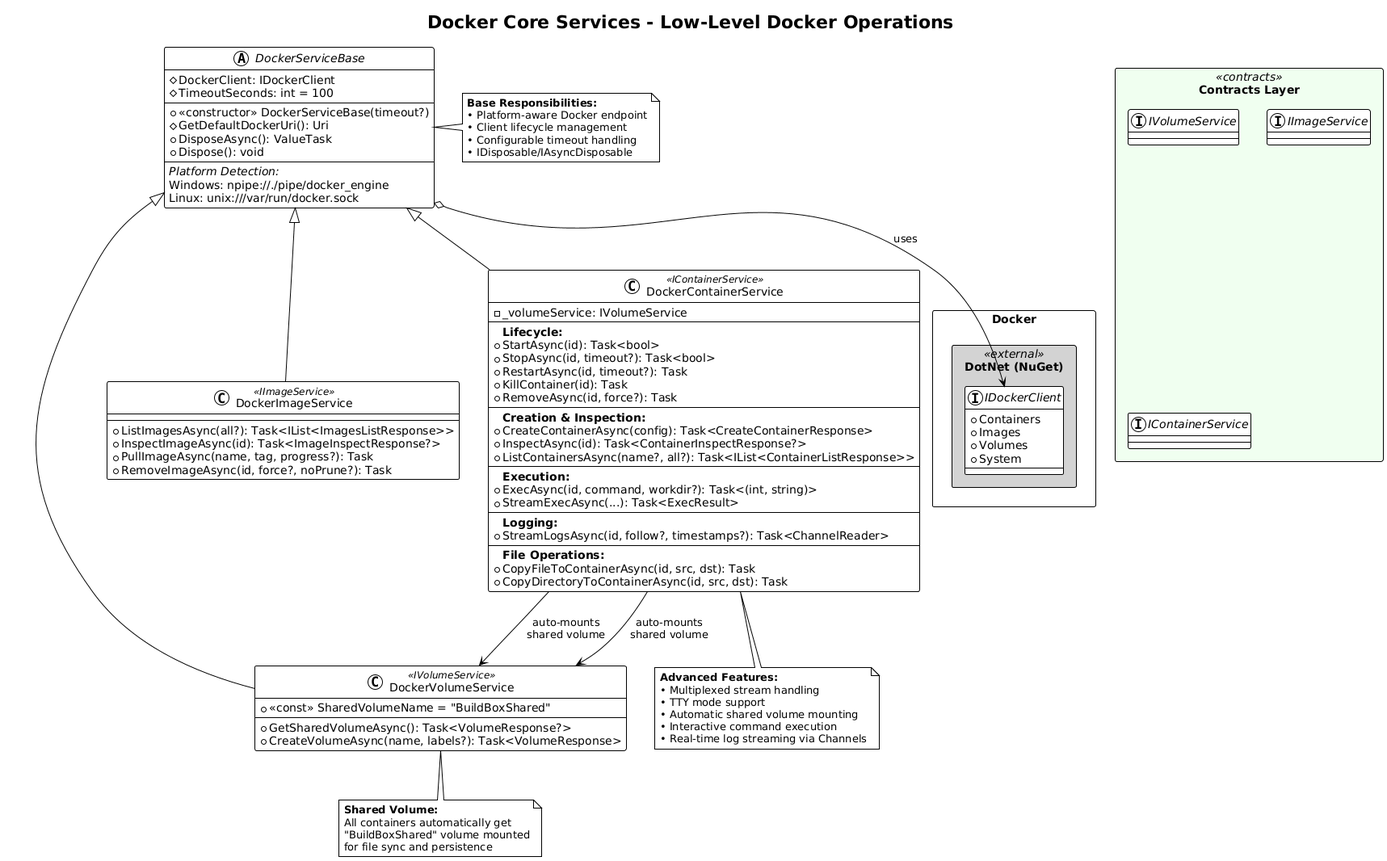
The PlantUML diagram docs/plantumlimages/Docker Core Services.png in ReflexLevel0/DockerBuildboxSystem, before a commit.
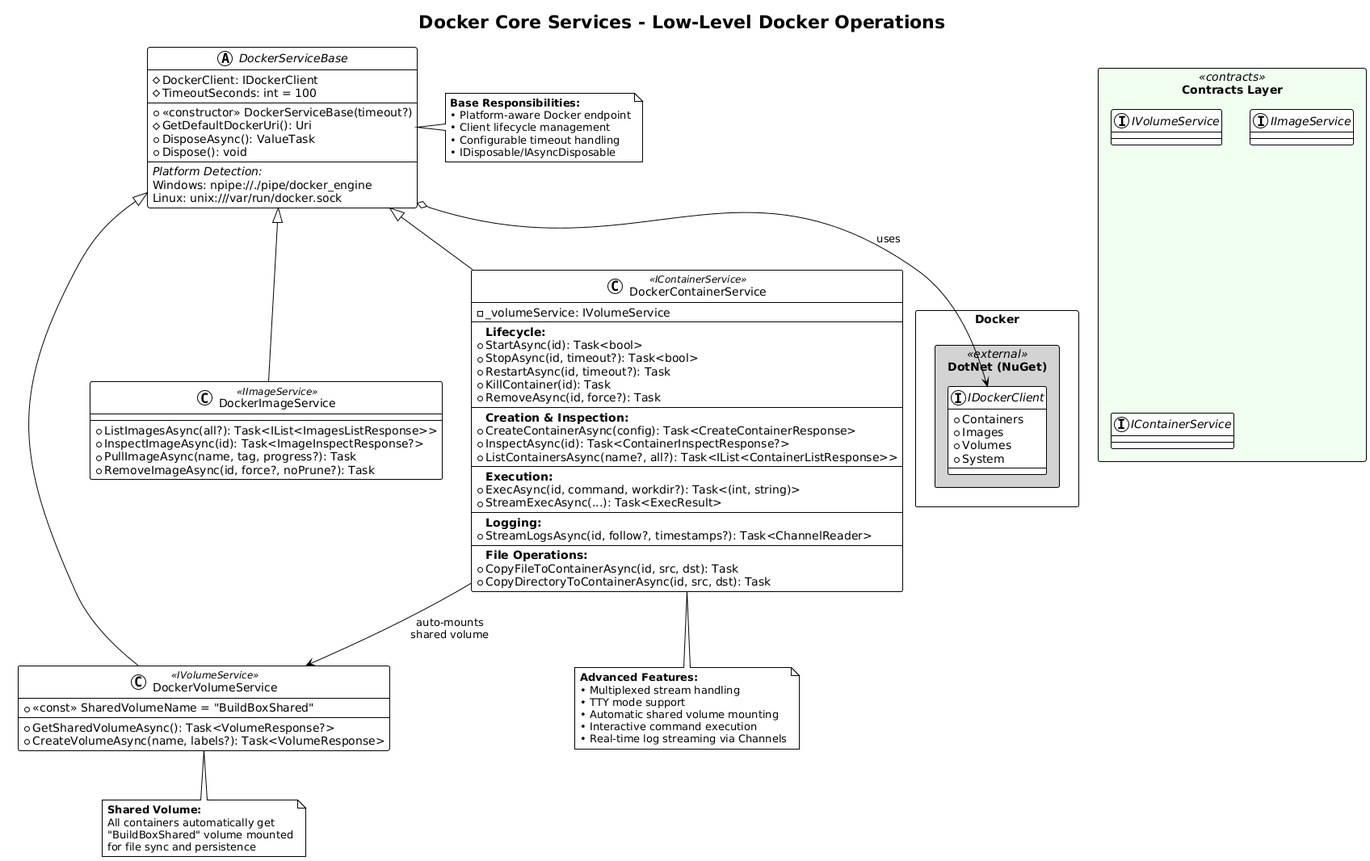
The same file after the commit.

What changed in the source:
```diff
@@ -84,8 +84,6 @@
     interface IContainerService
 }
 
-DockerContainerService --> DockerVolumeService : auto-mounts\nshared volume
-
 note right of DockerServiceBase
     <b>Base Responsibilities:</b>
     • Platform-aware Docker endpoint
```
